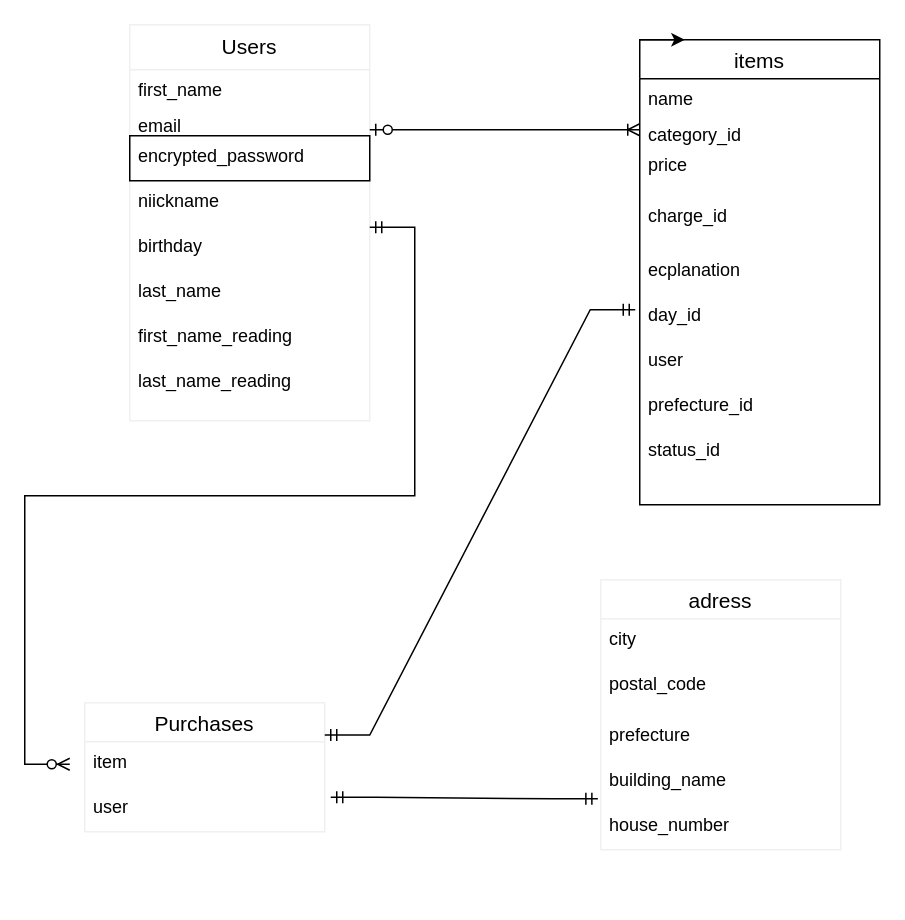
Before: test.dio in 1090dopl/furima-37280, a draw.io diagram. Source tidied: cells renumbered, new cells numbered last; positions are measured from the earlier drawing's top-left corner, leaving out a move shared by most shapes. Both pictures are drawn from the tidied source at 150%, with x=0, y=0 at pixel (69, 24).
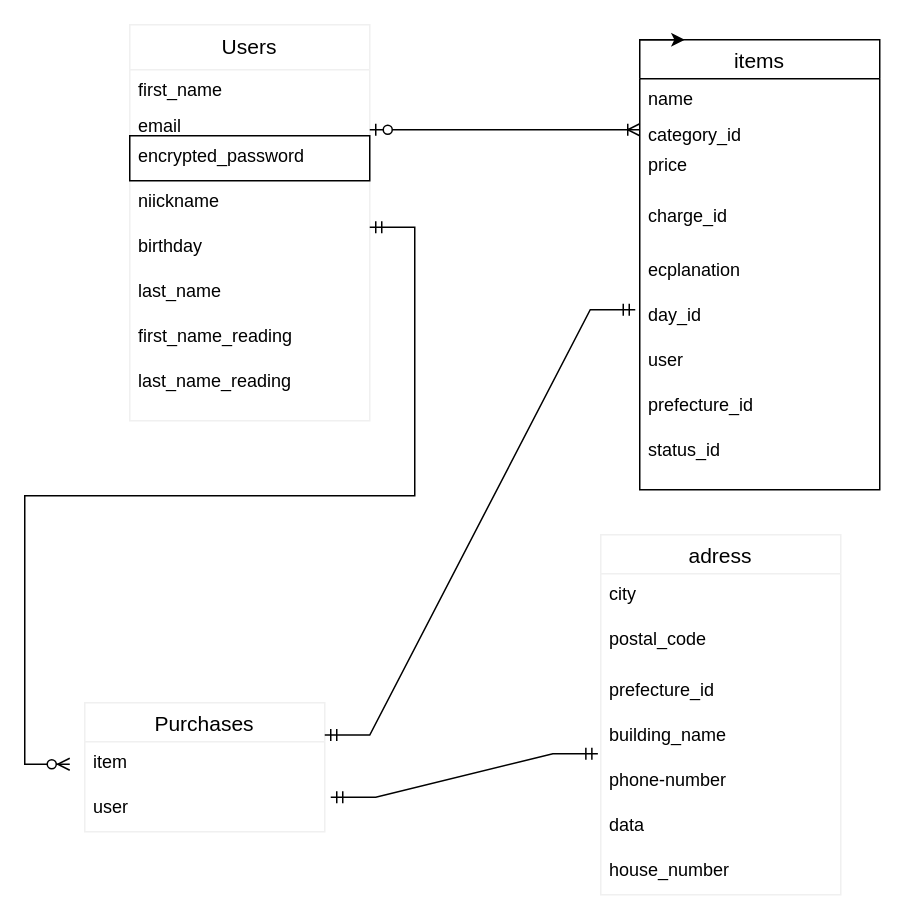
After the change.

Diff of the diagram source:
```diff
@@
     <mxCell id="5" value="adress" style="swimlane;fontStyle=0;horizontal=1;startSize=26;align=center;fontSize=14;strokeColor=#F0F0F0;strokeWidth=1;fillColor=none;" parent="1" vertex="1">
-      <mxGeometry x="354" y="370" width="160" height="180" as="geometry" />
+      <mxGeometry x="354" y="340" width="160" height="240" as="geometry" />
     </mxCell>
@@
-    <mxCell id="8" value="prefecture&#10;" style="text;strokeColor=none;fillColor=none;spacingLeft=4;spacingRight=4;overflow=hidden;fontSize=12;labelBackgroundColor=default;" parent="5" vertex="1">
+    <mxCell id="8" value="prefecture_id&#10;" style="text;strokeColor=none;fillColor=none;spacingLeft=4;spacingRight=4;overflow=hidden;fontSize=12;labelBackgroundColor=default;" parent="5" vertex="1">
       <mxGeometry y="90" width="160" height="30" as="geometry" />
     </mxCell>
@@
+    <mxCell id="35" value="phone-number" style="text;strokeColor=none;fillColor=none;spacingLeft=4;spacingRight=4;overflow=hidden;fontSize=12;labelBackgroundColor=default;" parent="5" vertex="1">
+      <mxGeometry y="150" width="160" height="30" as="geometry" />
+    </mxCell>
+    <mxCell id="36" value="data" style="text;strokeColor=none;fillColor=none;spacingLeft=4;spacingRight=4;overflow=hidden;fontSize=12;labelBackgroundColor=default;" parent="5" vertex="1">
+      <mxGeometry y="180" width="160" height="30" as="geometry" />
+    </mxCell>
     <mxCell id="10" value="house_number" style="text;strokeColor=none;fillColor=none;spacingLeft=4;spacingRight=4;overflow=hidden;fontSize=12;" parent="5" vertex="1">
-      <mxGeometry y="150" width="160" height="30" as="geometry" />
+      <mxGeometry y="210" width="160" height="30" as="geometry" />
     </mxCell>
@@
     <mxCell id="22" value="items" style="swimlane;fontStyle=0;horizontal=1;startSize=26;align=center;fontSize=14;labelBackgroundColor=default;strokeColor=default;strokeWidth=1;fillColor=none;" parent="1" vertex="1">
-      <mxGeometry x="380" y="10" width="160" height="310" as="geometry" />
+      <mxGeometry x="380" y="10" width="160" height="300" as="geometry" />
     </mxCell>
@@
     <mxCell id="31" value="status_id" style="text;strokeColor=none;fillColor=none;spacingLeft=4;spacingRight=4;overflow=hidden;fontSize=12;labelBackgroundColor=default;" parent="22" vertex="1">
-      <mxGeometry y="260" width="160" height="50" as="geometry" />
+      <mxGeometry y="260" width="160" height="40" as="geometry" />
     </mxCell>
```
